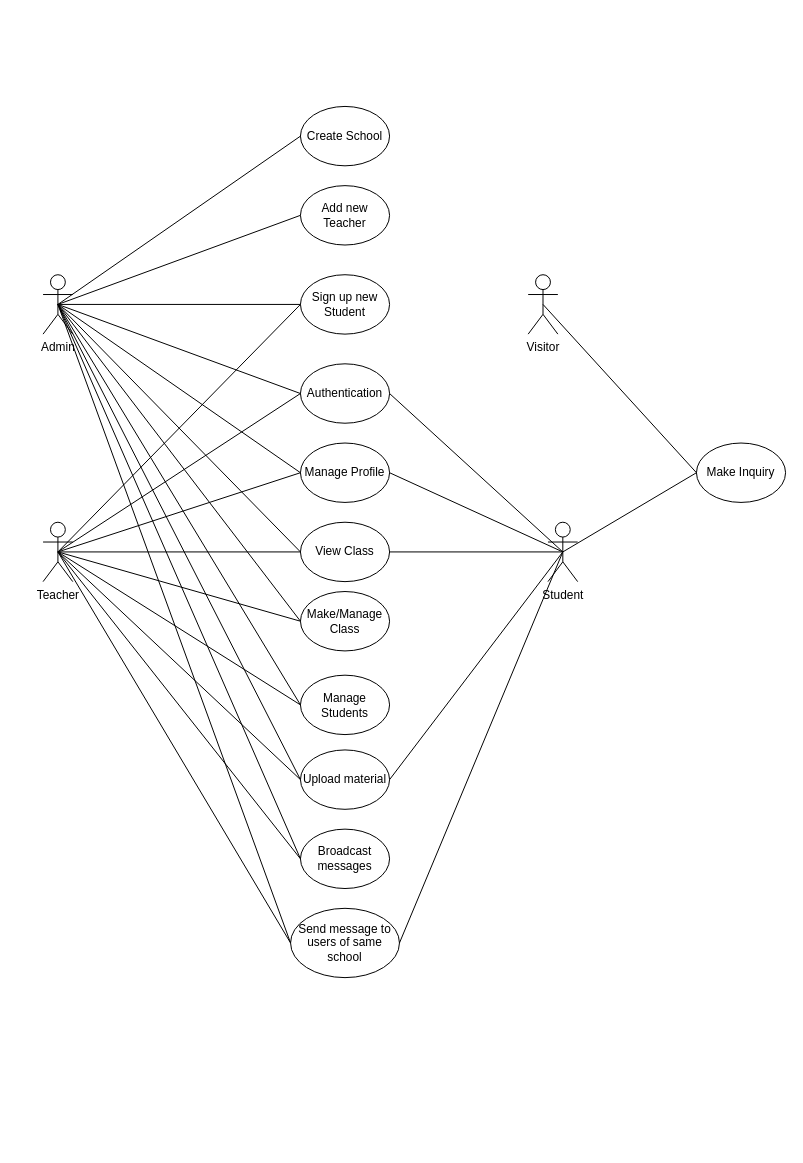
Earlier version of the draw.io diagram docs/assets/Use Case.drawio (akshayvijaynair/music-academy-docs). Source tidied: cells renumbered, new cells numbered last; positions are measured from the earlier drawing's top-left corner, leaving out a move shared by most shapes. Both pictures are drawn from the tidied source at 99%, with x=0, y=0 at pixel (43, 106).
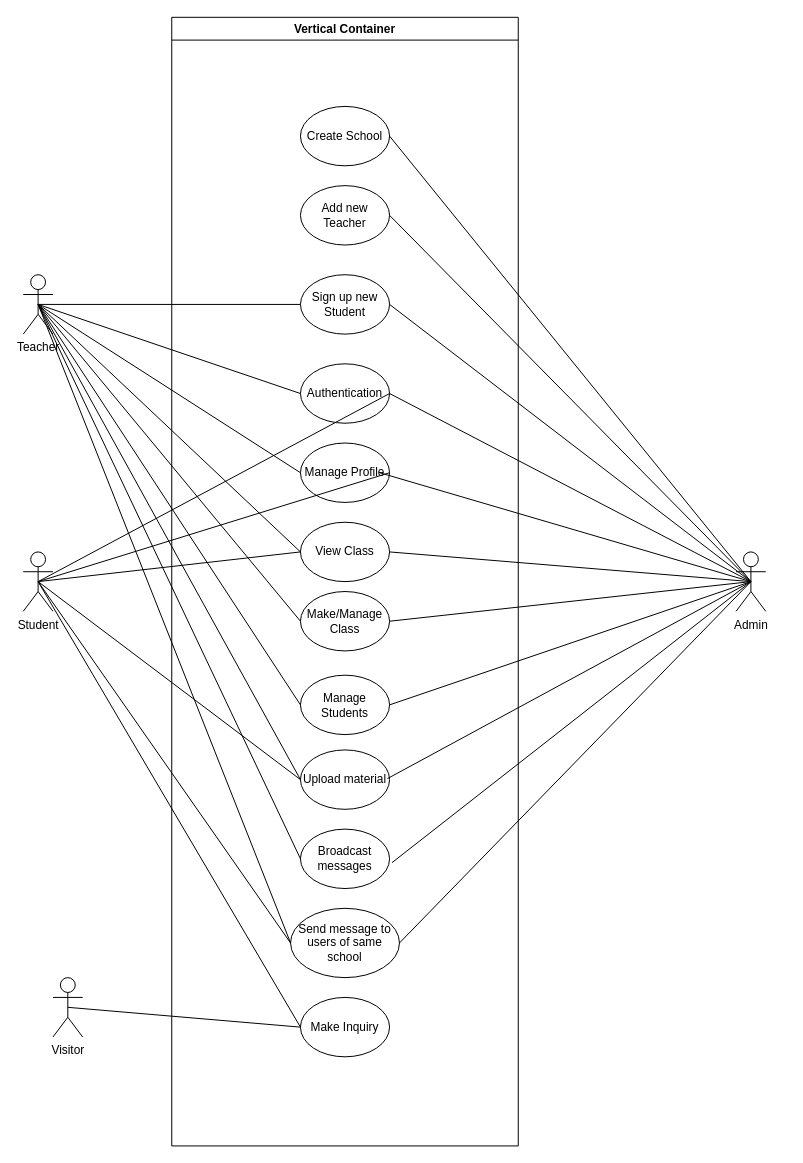
The same page after the edit.

Commit message:
feat(UseCase): updated primary and secondary actors

The change refers to these unchanged cells:
```xml
<mxCell id="2" value="Sign up new Student" style="ellipse;whiteSpace=wrap;html=1;" parent="1" vertex="1">
  <mxGeometry x="260" y="170" width="90" height="60" as="geometry" />
</mxCell>
<mxCell id="3" value="Authentication" style="ellipse;whiteSpace=wrap;html=1;" parent="1" vertex="1">
  <mxGeometry x="260" y="260" width="90" height="60" as="geometry" />
</mxCell>
<mxCell id="4" value="Manage Profile" style="ellipse;whiteSpace=wrap;html=1;" parent="1" vertex="1">
  <mxGeometry x="260" y="340" width="90" height="60" as="geometry" />
</mxCell>
<mxCell id="5" value="View Class" style="ellipse;whiteSpace=wrap;html=1;" parent="1" vertex="1">
  <mxGeometry x="260" y="420" width="90" height="60" as="geometry" />
</mxCell>
<mxCell id="6" value="Manage Students" style="ellipse;whiteSpace=wrap;html=1;" parent="1" vertex="1">
  <mxGeometry x="260" y="574.5" width="90" height="60" as="geometry" />
</mxCell>
<mxCell id="23" value="Broadcast messages" style="ellipse;whiteSpace=wrap;html=1;" parent="1" vertex="1">
  <mxGeometry x="260" y="730" width="90" height="60" as="geometry" />
</mxCell>
<mxCell id="25" value="Upload material" style="ellipse;whiteSpace=wrap;html=1;" parent="1" vertex="1">
  <mxGeometry x="260" y="650" width="90" height="60" as="geometry" />
</mxCell>
<mxCell id="30" value="Make/Manage Class" style="ellipse;whiteSpace=wrap;html=1;" parent="1" vertex="1">
  <mxGeometry x="260" y="490" width="90" height="60" as="geometry" />
</mxCell>
<mxCell id="33" value="Add new Teacher" style="ellipse;whiteSpace=wrap;html=1;" parent="1" vertex="1">
  <mxGeometry x="260" y="80" width="90" height="60" as="geometry" />
</mxCell>
<mxCell id="35" value="Create School" style="ellipse;whiteSpace=wrap;html=1;" parent="1" vertex="1">
  <mxGeometry x="260" width="90" height="60" as="geometry" />
</mxCell>
<mxCell id="39" value="Send message to users of same school" style="ellipse;whiteSpace=wrap;html=1;" parent="1" vertex="1">
  <mxGeometry x="250" y="810" width="110" height="70" as="geometry" />
</mxCell>
```

What changed in the source:
```diff
@@
     <mxCell id="7" value="Admin" style="shape=umlActor;verticalLabelPosition=bottom;verticalAlign=top;html=1;outlineConnect=0;" parent="1" vertex="1">
-      <mxGeometry y="170" width="30" height="60" as="geometry" />
+      <mxGeometry x="700" y="450" width="30" height="60" as="geometry" />
     </mxCell>
     <mxCell id="8" value="Teacher" style="shape=umlActor;verticalLabelPosition=bottom;verticalAlign=top;html=1;outlineConnect=0;" parent="1" vertex="1">
-      <mxGeometry y="420" width="30" height="60" as="geometry" />
+      <mxGeometry x="-20" y="170" width="30" height="60" as="geometry" />
     </mxCell>
     <mxCell id="9" value="Student" style="shape=umlActor;verticalLabelPosition=bottom;verticalAlign=top;html=1;outlineConnect=0;" parent="1" vertex="1">
-      <mxGeometry x="510" y="420" width="30" height="60" as="geometry" />
+      <mxGeometry x="-20" y="450" width="30" height="60" as="geometry" />
     </mxCell>
     <mxCell id="10" value="Visitor" style="shape=umlActor;verticalLabelPosition=bottom;verticalAlign=top;html=1;outlineConnect=0;" parent="1" vertex="1">
-      <mxGeometry x="490" y="170" width="30" height="60" as="geometry" />
+      <mxGeometry x="10" y="880" width="30" height="60" as="geometry" />
     </mxCell>
-    <mxCell id="11" style="endArrow=none;html=1;rounded=0;exitX=0.5;exitY=0.5;exitDx=0;exitDy=0;exitPerimeter=0;entryX=0;entryY=0.5;entryDx=0;entryDy=0;" parent="1" edge="1" source="7" target="2">
+    <mxCell id="11" style="endArrow=none;html=1;rounded=0;exitX=0.5;exitY=0.5;exitDx=0;exitDy=0;exitPerimeter=0;entryX=1;entryY=0.5;entryDx=0;entryDy=0;" parent="1" edge="1" source="7" target="2">
       <mxGeometry relative="1" as="geometry" />
     </mxCell>
-    <mxCell id="12" style="endArrow=none;html=1;rounded=0;exitX=0.5;exitY=0.5;exitDx=0;exitDy=0;exitPerimeter=0;entryX=0;entryY=0.5;entryDx=0;entryDy=0;" parent="1" edge="1" source="7" target="3">
+    <mxCell id="12" style="endArrow=none;html=1;rounded=0;exitX=0.5;exitY=0.5;exitDx=0;exitDy=0;exitPerimeter=0;entryX=1;entryY=0.5;entryDx=0;entryDy=0;" parent="1" edge="1" source="7" target="3">
       <mxGeometry relative="1" as="geometry" />
     </mxCell>
-    <mxCell id="13" style="endArrow=none;html=1;rounded=0;exitX=0.5;exitY=0.5;exitDx=0;exitDy=0;exitPerimeter=0;entryX=0;entryY=0.5;entryDx=0;entryDy=0;" parent="1" edge="1" source="7" target="4">
-      <mxGeometry relative="1" as="geometry" />
+    <mxCell id="13" style="endArrow=none;html=1;rounded=0;exitX=0.5;exitY=0.5;exitDx=0;exitDy=0;exitPerimeter=0;" parent="1" edge="1" source="7">
+      <mxGeometry relative="1" as="geometry">
+        <mxPoint x="340" y="370" as="targetPoint" />
+      </mxGeometry>
     </mxCell>
-    <mxCell id="14" style="endArrow=none;html=1;rounded=0;exitX=0.5;exitY=0.5;exitDx=0;exitDy=0;exitPerimeter=0;entryX=0;entryY=0.5;entryDx=0;entryDy=0;" parent="1" edge="1" source="7" target="5">
+    <mxCell id="14" style="endArrow=none;html=1;rounded=0;exitX=0.5;exitY=0.5;exitDx=0;exitDy=0;exitPerimeter=0;entryX=1;entryY=0.5;entryDx=0;entryDy=0;" parent="1" edge="1" source="7" target="5">
       <mxGeometry relative="1" as="geometry" />
     </mxCell>
-    <mxCell id="15" value="Make Inquiry" style="ellipse;whiteSpace=wrap;html=1;" parent="1" vertex="1">
-      <mxGeometry x="660" y="340" width="90" height="60" as="geometry" />
-    </mxCell>
@@
-    <mxCell id="18" style="endArrow=none;html=1;rounded=0;exitX=1;exitY=0.5;exitDx=0;exitDy=0;entryX=0.5;entryY=0.5;entryDx=0;entryDy=0;entryPerimeter=0;" parent="1" edge="1" source="5" target="9">
+    <mxCell id="18" style="endArrow=none;html=1;rounded=0;entryX=0.5;entryY=0.5;entryDx=0;entryDy=0;entryPerimeter=0;exitX=0;exitY=0.5;exitDx=0;exitDy=0;" parent="1" edge="1" source="5" target="9">
       <mxGeometry relative="1" as="geometry" />
     </mxCell>
@@
-    <mxCell id="27" style="endArrow=none;html=1;rounded=0;exitX=0.5;exitY=0.5;exitDx=0;exitDy=0;exitPerimeter=0;entryX=0;entryY=0.5;entryDx=0;entryDy=0;" parent="1" edge="1" source="7" target="25">
+    <mxCell id="27" style="endArrow=none;html=1;rounded=0;exitX=0.5;exitY=0.5;exitDx=0;exitDy=0;exitPerimeter=0;entryX=0.976;entryY=0.483;entryDx=0;entryDy=0;entryPerimeter=0;" parent="1" edge="1" source="7" target="25">
       <mxGeometry relative="1" as="geometry" />
     </mxCell>
-    <mxCell id="28" style="endArrow=none;html=1;rounded=0;exitX=0.5;exitY=0.5;exitDx=0;exitDy=0;exitPerimeter=0;entryX=0;entryY=0.5;entryDx=0;entryDy=0;" parent="1" edge="1" source="7" target="6">
+    <mxCell id="28" style="endArrow=none;html=1;rounded=0;exitX=0.5;exitY=0.5;exitDx=0;exitDy=0;exitPerimeter=0;entryX=1;entryY=0.5;entryDx=0;entryDy=0;" parent="1" edge="1" source="7" target="6">
       <mxGeometry relative="1" as="geometry" />
     </mxCell>
-    <mxCell id="29" style="endArrow=none;html=1;rounded=0;exitX=1;exitY=0.5;exitDx=0;exitDy=0;entryX=0.5;entryY=0.5;entryDx=0;entryDy=0;entryPerimeter=0;" parent="1" edge="1" source="25" target="9">
+    <mxCell id="29" style="endArrow=none;html=1;rounded=0;exitX=0;exitY=0.5;exitDx=0;exitDy=0;entryX=0.5;entryY=0.5;entryDx=0;entryDy=0;entryPerimeter=0;" parent="1" edge="1" source="25" target="9">
       <mxGeometry relative="1" as="geometry" />
     </mxCell>
@@
-    <mxCell id="32" style="endArrow=none;html=1;rounded=0;exitX=0.5;exitY=0.5;exitDx=0;exitDy=0;exitPerimeter=0;entryX=0;entryY=0.5;entryDx=0;entryDy=0;" parent="1" edge="1" source="7" target="30">
+    <mxCell id="32" style="endArrow=none;html=1;rounded=0;exitX=0.5;exitY=0.5;exitDx=0;exitDy=0;exitPerimeter=0;entryX=1;entryY=0.5;entryDx=0;entryDy=0;" parent="1" edge="1" source="7" target="30">
       <mxGeometry relative="1" as="geometry" />
     </mxCell>
@@
-    <mxCell id="34" style="endArrow=none;html=1;rounded=0;exitX=0.5;exitY=0.5;exitDx=0;exitDy=0;exitPerimeter=0;entryX=0;entryY=0.5;entryDx=0;entryDy=0;" parent="1" edge="1" source="7" target="33">
+    <mxCell id="34" style="endArrow=none;html=1;rounded=0;exitX=0.5;exitY=0.5;exitDx=0;exitDy=0;exitPerimeter=0;entryX=1;entryY=0.5;entryDx=0;entryDy=0;" parent="1" edge="1" source="7" target="33">
       <mxGeometry relative="1" as="geometry" />
     </mxCell>
@@
-    <mxCell id="36" style="endArrow=none;html=1;rounded=0;exitX=0.5;exitY=0.5;exitDx=0;exitDy=0;exitPerimeter=0;entryX=0;entryY=0.5;entryDx=0;entryDy=0;" parent="1" edge="1" source="7" target="35">
+    <mxCell id="36" style="endArrow=none;html=1;rounded=0;exitX=0.5;exitY=0.5;exitDx=0;exitDy=0;exitPerimeter=0;entryX=1;entryY=0.5;entryDx=0;entryDy=0;" parent="1" edge="1" source="7" target="35">
       <mxGeometry relative="1" as="geometry" />
     </mxCell>
@@
-    <mxCell id="41" style="endArrow=none;html=1;rounded=0;entryX=0;entryY=0.5;entryDx=0;entryDy=0;exitX=0.5;exitY=0.5;exitDx=0;exitDy=0;exitPerimeter=0;" parent="1" edge="1" source="7" target="39">
+    <mxCell id="41" style="endArrow=none;html=1;rounded=0;entryX=1;entryY=0.5;entryDx=0;entryDy=0;exitX=0.5;exitY=0.5;exitDx=0;exitDy=0;exitPerimeter=0;" parent="1" edge="1" source="7" target="39">
       <mxGeometry relative="1" as="geometry" />
     </mxCell>
-    <mxCell id="42" style="endArrow=none;html=1;rounded=0;exitX=0.5;exitY=0.5;exitDx=0;exitDy=0;exitPerimeter=0;entryX=0;entryY=0.5;entryDx=0;entryDy=0;" parent="1" edge="1" source="7" target="23">
+    <mxCell id="42" style="endArrow=none;html=1;rounded=0;exitX=0.5;exitY=0.5;exitDx=0;exitDy=0;exitPerimeter=0;entryX=1.027;entryY=0.565;entryDx=0;entryDy=0;entryPerimeter=0;" parent="1" edge="1" source="7" target="23">
       <mxGeometry relative="1" as="geometry" />
     </mxCell>
@@
-    <mxCell id="44" style="endArrow=none;html=1;rounded=0;exitX=1;exitY=0.5;exitDx=0;exitDy=0;entryX=0.5;entryY=0.5;entryDx=0;entryDy=0;entryPerimeter=0;" parent="1" edge="1" source="39" target="9">
+    <mxCell id="44" style="endArrow=none;html=1;rounded=0;exitX=0;exitY=0.5;exitDx=0;exitDy=0;entryX=0.5;entryY=0.5;entryDx=0;entryDy=0;entryPerimeter=0;" parent="1" edge="1" source="39" target="9">
       <mxGeometry relative="1" as="geometry" />
     </mxCell>
+    <mxCell id="45" value="Vertical Container" style="swimlane;whiteSpace=wrap;html=1;" parent="1" vertex="1">
+      <mxGeometry x="130" y="-90" width="350" height="1140" as="geometry" />
+    </mxCell>
+    <mxCell id="15" value="Make Inquiry" style="ellipse;whiteSpace=wrap;html=1;" parent="45" vertex="1">
+      <mxGeometry x="130" y="990" width="90" height="60" as="geometry" />
+    </mxCell>
```
